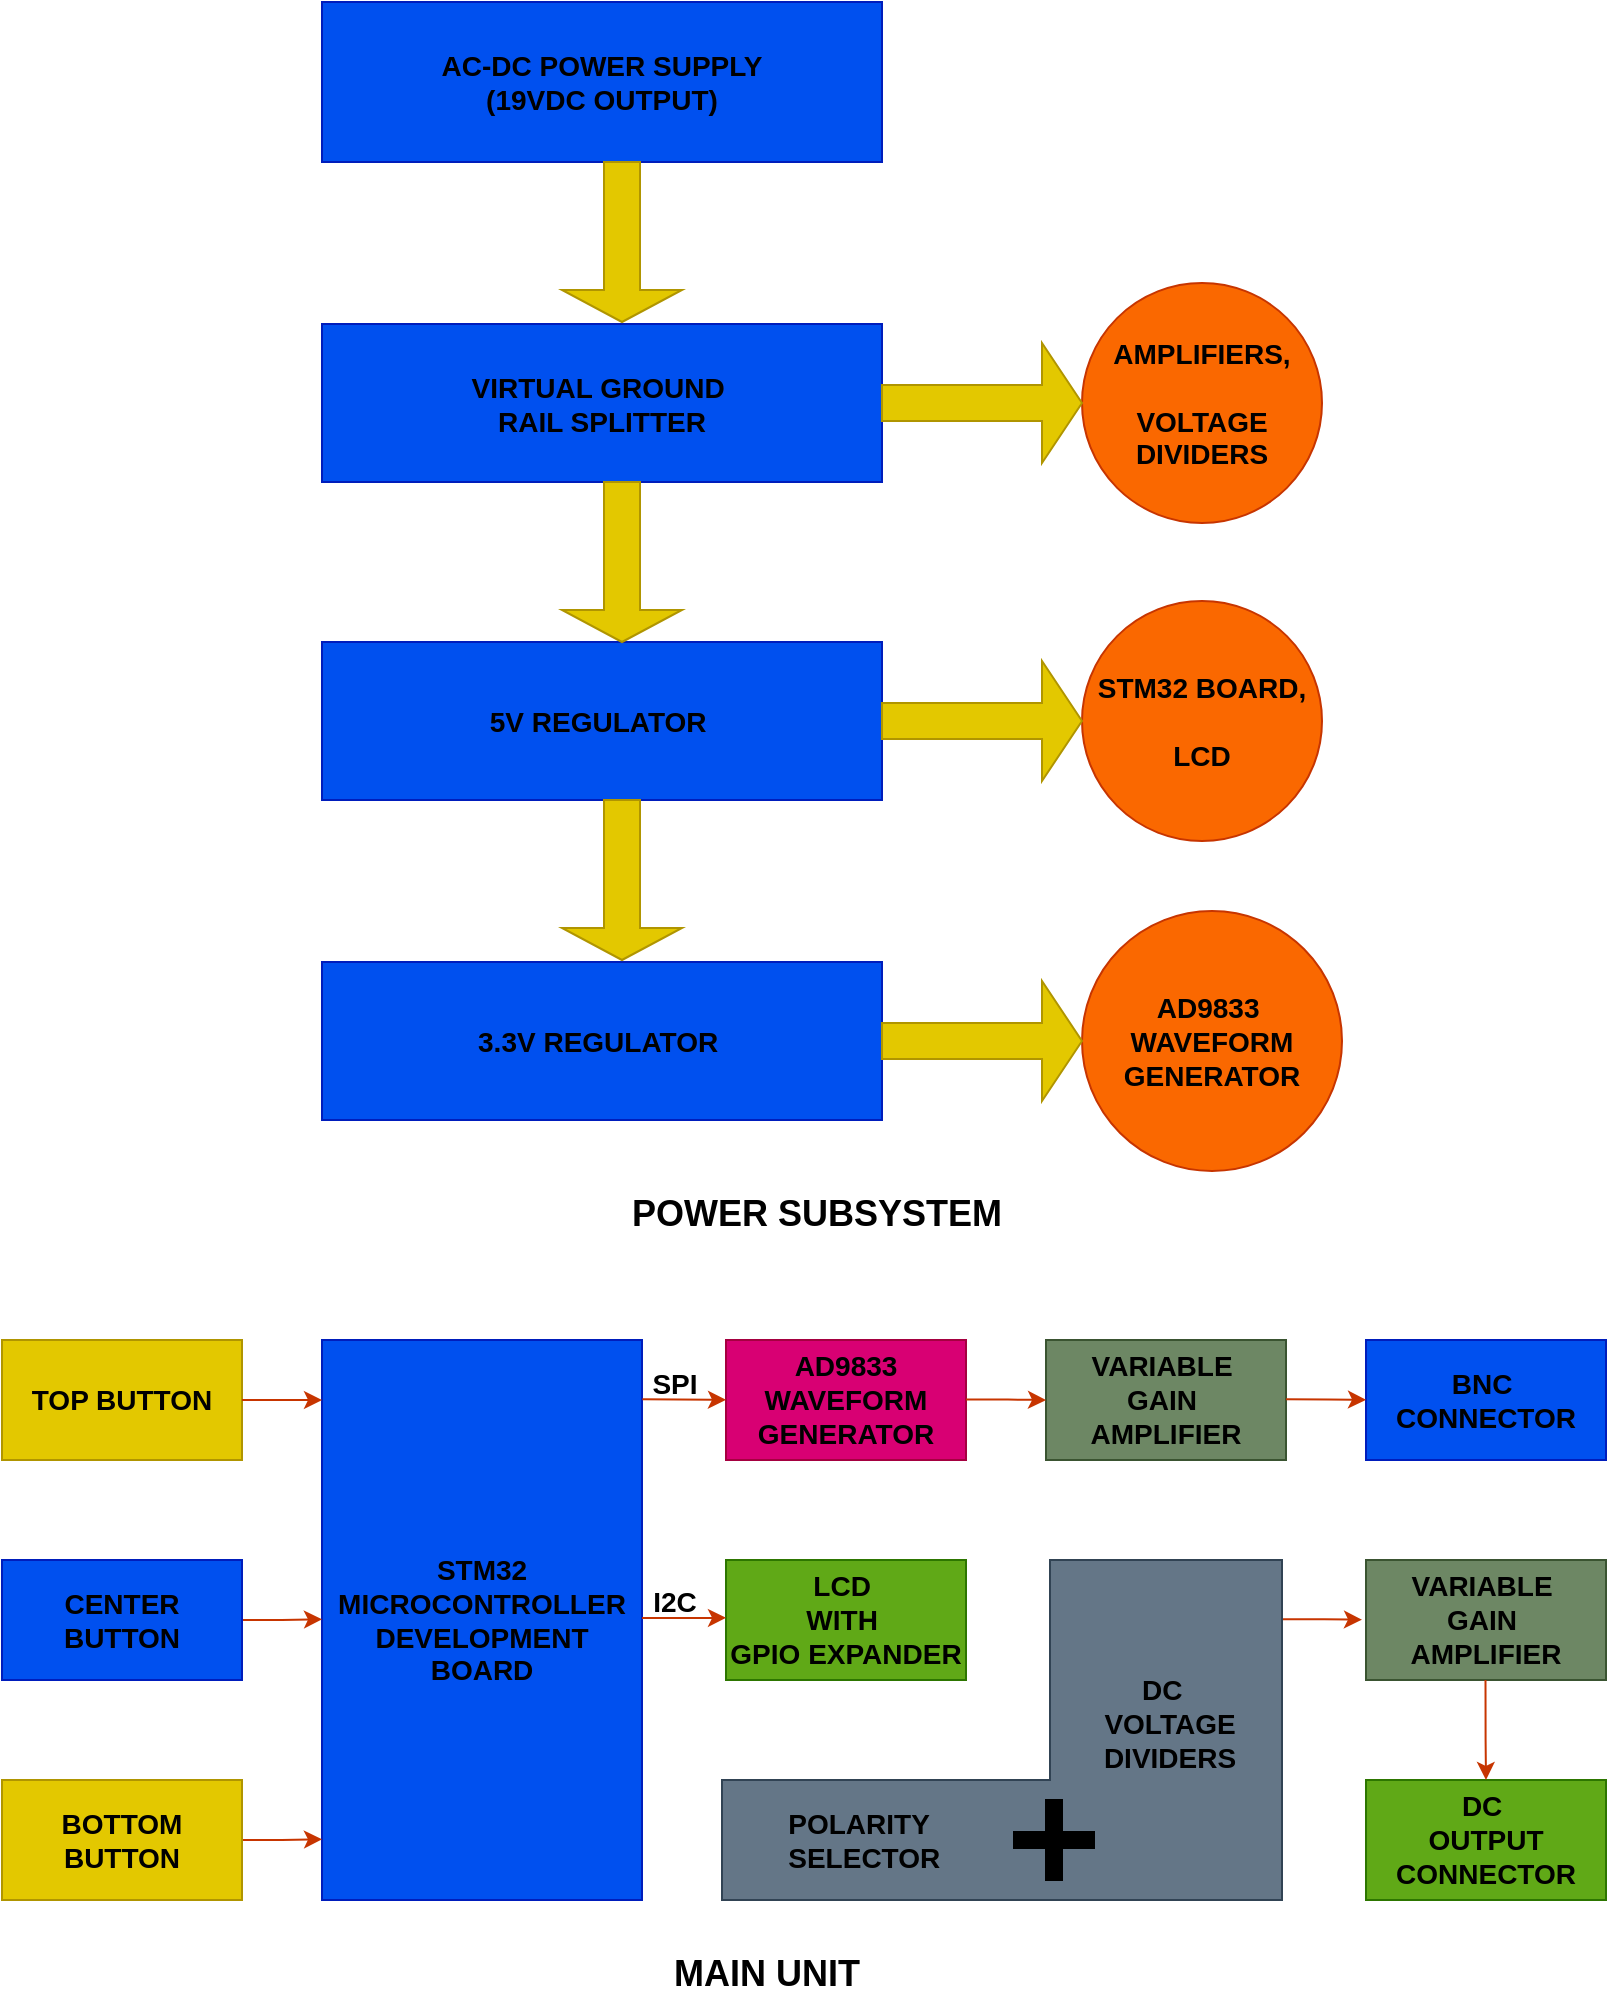
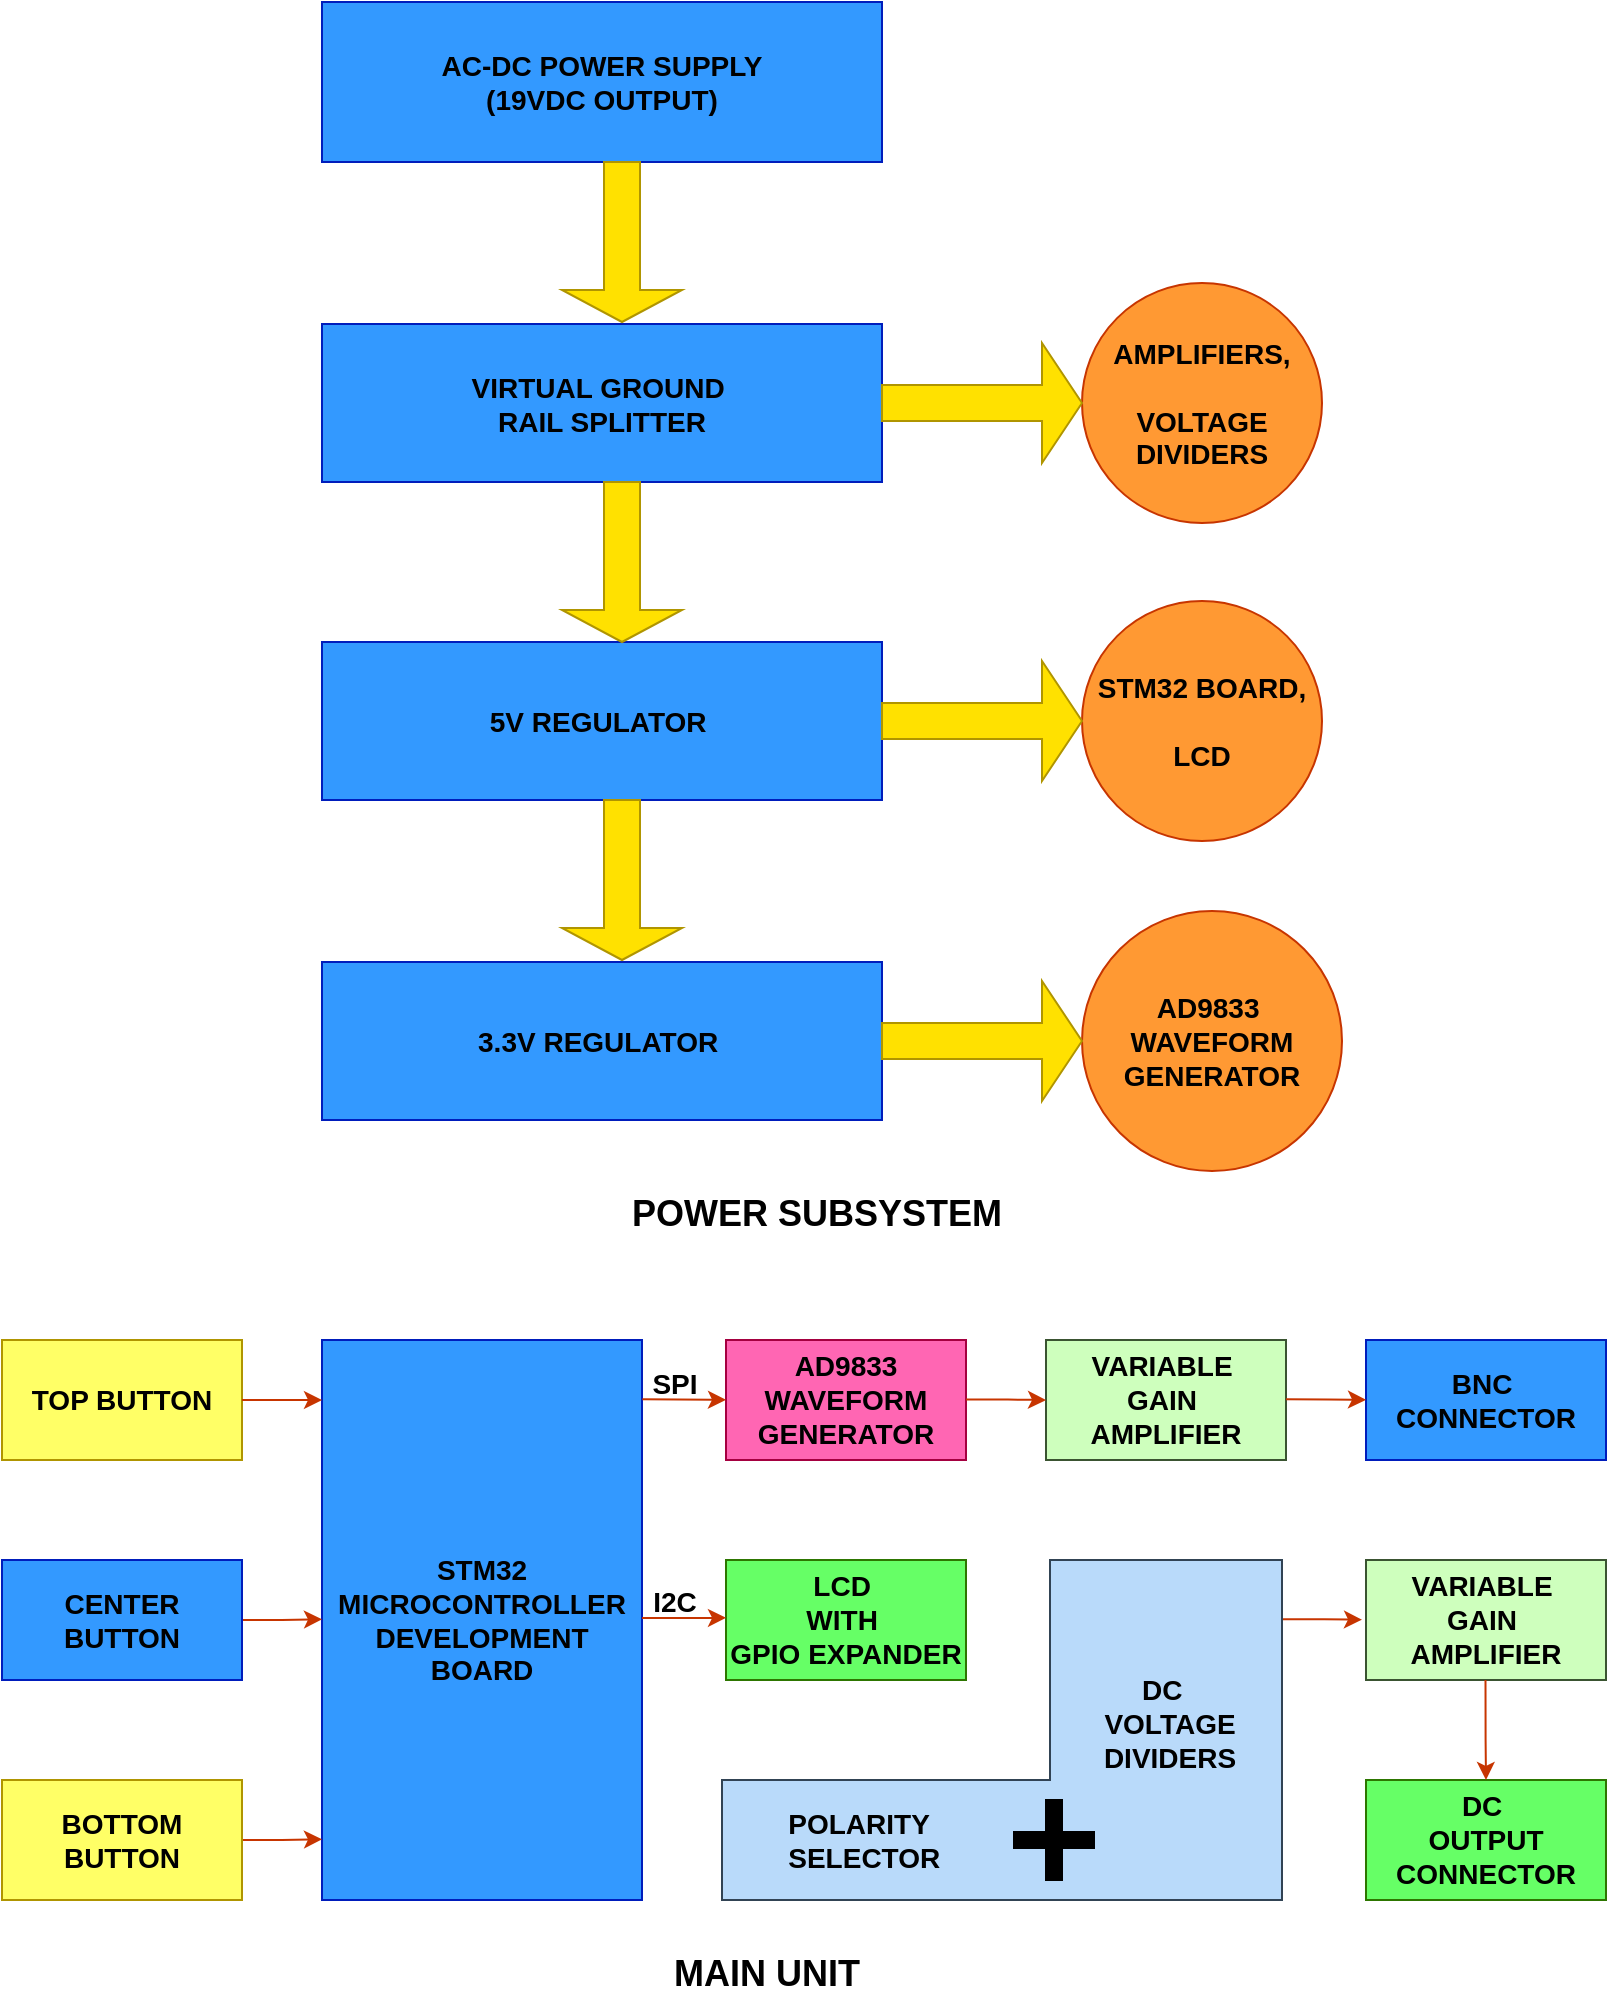
<mxfile host="Electron" agent="Mozilla/5.0 (Windows NT 10.0; Win64; x64) AppleWebKit/537.36 (KHTML, like Gecko) draw.io/25.0.2 Chrome/128.0.6613.186 Electron/32.2.5 Safari/537.36" version="25.0.2">
  <diagram name="Page-1" id="zI-fd34Jn13eSEmsXVbT">
-     <mxGraphModel dx="241" dy="148" grid="1" gridSize="10" guides="1" tooltips="1" connect="1" arrows="1" fold="1" page="1" pageScale="1" pageWidth="827" pageHeight="1169" math="0" shadow="0">
+     <mxGraphModel dx="1173" dy="720" grid="1" gridSize="10" guides="1" tooltips="1" connect="1" arrows="1" fold="1" page="1" pageScale="1" pageWidth="827" pageHeight="1169" math="0" shadow="0">
      <root>
        <mxCell id="0" />
        <mxCell id="1" parent="0" />
-         <mxCell id="C_1iWkrWVhk2KQEwKrif-1" value="&lt;font style=&quot;font-size: 14px;&quot; color=&quot;#000000&quot;&gt;&lt;b style=&quot;&quot;&gt;STM32 MICROCONTROLLER DEVELOPMENT BOARD&lt;/b&gt;&lt;/font&gt;" style="rounded=0;whiteSpace=wrap;html=1;fillColor=#0050ef;fontColor=#ffffff;strokeColor=#001DBC;" parent="1" vertex="1">
+         <mxCell id="C_1iWkrWVhk2KQEwKrif-1" value="&lt;font style=&quot;font-size: 14px;&quot; color=&quot;#000000&quot;&gt;&lt;b style=&quot;&quot;&gt;STM32 MICROCONTROLLER DEVELOPMENT BOARD&lt;/b&gt;&lt;/font&gt;" style="rounded=0;whiteSpace=wrap;html=1;fillColor=#3399FF;fontColor=#ffffff;strokeColor=#001DBC;" parent="1" vertex="1">
          <mxGeometry x="174" y="710" width="160" height="280" as="geometry" />
        </mxCell>
-         <mxCell id="73_bf7qP_FaloE6AHsFR-1" value="&lt;font color=&quot;#000000&quot; style=&quot;font-size: 14px;&quot;&gt;&lt;b&gt;TOP BUTTON&lt;/b&gt;&lt;/font&gt;" style="rounded=0;whiteSpace=wrap;html=1;fillColor=#e3c800;fontColor=#000000;strokeColor=#B09500;" parent="1" vertex="1">
+         <mxCell id="73_bf7qP_FaloE6AHsFR-1" value="&lt;font color=&quot;#000000&quot; style=&quot;font-size: 14px;&quot;&gt;&lt;b&gt;TOP BUTTON&lt;/b&gt;&lt;/font&gt;" style="rounded=0;whiteSpace=wrap;html=1;fillColor=#FFFF66;fontColor=#000000;strokeColor=#B09500;" parent="1" vertex="1">
          <mxGeometry x="14" y="710" width="120" height="60" as="geometry" />
        </mxCell>
-         <mxCell id="73_bf7qP_FaloE6AHsFR-4" value="&lt;font style=&quot;font-size: 14px;&quot; color=&quot;#000000&quot;&gt;&lt;b&gt;LCD&amp;nbsp;&lt;/b&gt;&lt;/font&gt;&lt;div&gt;&lt;font style=&quot;font-size: 14px;&quot; color=&quot;#000000&quot;&gt;&lt;b&gt;WITH&amp;nbsp;&lt;/b&gt;&lt;/font&gt;&lt;/div&gt;&lt;div&gt;&lt;font style=&quot;font-size: 14px;&quot; color=&quot;#000000&quot;&gt;&lt;b&gt;GPIO EXPANDER&lt;/b&gt;&lt;/font&gt;&lt;/div&gt;" style="rounded=0;whiteSpace=wrap;html=1;fillColor=#60a917;fontColor=#ffffff;strokeColor=#2D7600;" parent="1" vertex="1">
+         <mxCell id="73_bf7qP_FaloE6AHsFR-4" value="&lt;font style=&quot;font-size: 14px;&quot; color=&quot;#000000&quot;&gt;&lt;b&gt;LCD&amp;nbsp;&lt;/b&gt;&lt;/font&gt;&lt;div&gt;&lt;font style=&quot;font-size: 14px;&quot; color=&quot;#000000&quot;&gt;&lt;b&gt;WITH&amp;nbsp;&lt;/b&gt;&lt;/font&gt;&lt;/div&gt;&lt;div&gt;&lt;font style=&quot;font-size: 14px;&quot; color=&quot;#000000&quot;&gt;&lt;b&gt;GPIO EXPANDER&lt;/b&gt;&lt;/font&gt;&lt;/div&gt;" style="rounded=0;whiteSpace=wrap;html=1;fillColor=#66FF66;fontColor=#ffffff;strokeColor=#2D7600;" parent="1" vertex="1">
          <mxGeometry x="376" y="820" width="120" height="60" as="geometry" />
        </mxCell>
-         <mxCell id="73_bf7qP_FaloE6AHsFR-5" value="&lt;b&gt;&lt;font color=&quot;#000000&quot; style=&quot;font-size: 14px;&quot;&gt;AD9833 WAVEFORM GENERATOR&lt;/font&gt;&lt;/b&gt;" style="rounded=0;whiteSpace=wrap;html=1;fillColor=#d80073;fontColor=#ffffff;strokeColor=#A50040;" parent="1" vertex="1">
+         <mxCell id="73_bf7qP_FaloE6AHsFR-5" value="&lt;b&gt;&lt;font color=&quot;#000000&quot; style=&quot;font-size: 14px;&quot;&gt;AD9833 WAVEFORM GENERATOR&lt;/font&gt;&lt;/b&gt;" style="rounded=0;whiteSpace=wrap;html=1;fillColor=#FF66B3;fontColor=#ffffff;strokeColor=#A50040;" parent="1" vertex="1">
          <mxGeometry x="376" y="710" width="120" height="60" as="geometry" />
        </mxCell>
        <mxCell id="73_bf7qP_FaloE6AHsFR-7" style="edgeStyle=orthogonalEdgeStyle;rounded=0;orthogonalLoop=1;jettySize=auto;html=1;exitX=1;exitY=0.5;exitDx=0;exitDy=0;fillColor=#fa6800;strokeColor=#C73500;" parent="1" source="73_bf7qP_FaloE6AHsFR-1" edge="1">
          <mxGeometry relative="1" as="geometry">
            <mxPoint x="174" y="740" as="targetPoint" />
          </mxGeometry>
        </mxCell>
        <mxCell id="73_bf7qP_FaloE6AHsFR-8" style="edgeStyle=orthogonalEdgeStyle;rounded=0;orthogonalLoop=1;jettySize=auto;html=1;exitX=1;exitY=0.5;exitDx=0;exitDy=0;fillColor=#fa6800;strokeColor=#C73500;" parent="1" source="73_bf7qP_FaloE6AHsFR-2" edge="1">
          <mxGeometry relative="1" as="geometry">
            <mxPoint x="94" y="849.64" as="sourcePoint" />
            <mxPoint x="174" y="849.64" as="targetPoint" />
          </mxGeometry>
        </mxCell>
        <mxCell id="73_bf7qP_FaloE6AHsFR-9" style="edgeStyle=orthogonalEdgeStyle;rounded=0;orthogonalLoop=1;jettySize=auto;html=1;exitX=1;exitY=0.5;exitDx=0;exitDy=0;fillColor=#fa6800;strokeColor=#C73500;" parent="1" source="73_bf7qP_FaloE6AHsFR-3" edge="1">
          <mxGeometry relative="1" as="geometry">
            <mxPoint x="94" y="959.6399999999999" as="sourcePoint" />
            <mxPoint x="174" y="959.6399999999999" as="targetPoint" />
          </mxGeometry>
        </mxCell>
        <mxCell id="73_bf7qP_FaloE6AHsFR-10" style="edgeStyle=orthogonalEdgeStyle;rounded=0;orthogonalLoop=1;jettySize=auto;html=1;exitX=1.001;exitY=0.106;exitDx=0;exitDy=0;fillColor=#fa6800;strokeColor=#C73500;exitPerimeter=0;" parent="1" source="C_1iWkrWVhk2KQEwKrif-1" edge="1">
          <mxGeometry relative="1" as="geometry">
            <mxPoint x="336" y="739.5699999999999" as="sourcePoint" />
            <mxPoint x="376" y="739.9300000000001" as="targetPoint" />
            <Array as="points">
              <mxPoint x="352" y="740" />
            </Array>
          </mxGeometry>
        </mxCell>
-         <mxCell id="73_bf7qP_FaloE6AHsFR-15" value="&lt;font color=&quot;#000000&quot;&gt;&lt;span style=&quot;font-size: 14px;&quot;&gt;&lt;b&gt;VARIABLE&amp;nbsp;&lt;/b&gt;&lt;/span&gt;&lt;/font&gt;&lt;div&gt;&lt;font color=&quot;#000000&quot;&gt;&lt;span style=&quot;font-size: 14px;&quot;&gt;&lt;b&gt;GAIN&amp;nbsp;&lt;/b&gt;&lt;/span&gt;&lt;/font&gt;&lt;/div&gt;&lt;div&gt;&lt;font color=&quot;#000000&quot;&gt;&lt;span style=&quot;font-size: 14px;&quot;&gt;&lt;b&gt;AMPLIFIER&lt;/b&gt;&lt;/span&gt;&lt;/font&gt;&lt;/div&gt;" style="rounded=0;whiteSpace=wrap;html=1;fillColor=#6d8764;fontColor=#ffffff;strokeColor=#3A5431;" parent="1" vertex="1">
+         <mxCell id="73_bf7qP_FaloE6AHsFR-15" value="&lt;font color=&quot;#000000&quot;&gt;&lt;span style=&quot;font-size: 14px;&quot;&gt;&lt;b&gt;VARIABLE&amp;nbsp;&lt;/b&gt;&lt;/span&gt;&lt;/font&gt;&lt;div&gt;&lt;font color=&quot;#000000&quot;&gt;&lt;span style=&quot;font-size: 14px;&quot;&gt;&lt;b&gt;GAIN&amp;nbsp;&lt;/b&gt;&lt;/span&gt;&lt;/font&gt;&lt;/div&gt;&lt;div&gt;&lt;font color=&quot;#000000&quot;&gt;&lt;span style=&quot;font-size: 14px;&quot;&gt;&lt;b&gt;AMPLIFIER&lt;/b&gt;&lt;/span&gt;&lt;/font&gt;&lt;/div&gt;" style="rounded=0;whiteSpace=wrap;html=1;fillColor=#CEFFBD;fontColor=#ffffff;strokeColor=#3A5431;" parent="1" vertex="1">
          <mxGeometry x="536" y="710" width="120" height="60" as="geometry" />
        </mxCell>
        <mxCell id="73_bf7qP_FaloE6AHsFR-16" style="edgeStyle=orthogonalEdgeStyle;rounded=0;orthogonalLoop=1;jettySize=auto;html=1;exitX=1;exitY=0.5;exitDx=0;exitDy=0;fillColor=#fa6800;strokeColor=#C73500;" parent="1" edge="1">
          <mxGeometry relative="1" as="geometry">
            <mxPoint x="496" y="739.76" as="sourcePoint" />
            <mxPoint x="536" y="740" as="targetPoint" />
            <Array as="points">
              <mxPoint x="517" y="740" />
            </Array>
          </mxGeometry>
        </mxCell>
-         <mxCell id="73_bf7qP_FaloE6AHsFR-20" value="&lt;font style=&quot;font-size: 14px;&quot; color=&quot;#000000&quot;&gt;&lt;b style=&quot;&quot;&gt;BNC&amp;nbsp;&lt;/b&gt;&lt;/font&gt;&lt;div&gt;&lt;font style=&quot;font-size: 14px;&quot; color=&quot;#000000&quot;&gt;&lt;b style=&quot;&quot;&gt;CONNECTOR&lt;/b&gt;&lt;/font&gt;&lt;/div&gt;" style="rounded=0;whiteSpace=wrap;html=1;fillColor=#0050ef;fontColor=#ffffff;strokeColor=#001DBC;" parent="1" vertex="1">
+         <mxCell id="73_bf7qP_FaloE6AHsFR-20" value="&lt;font style=&quot;font-size: 14px;&quot; color=&quot;#000000&quot;&gt;&lt;b style=&quot;&quot;&gt;BNC&amp;nbsp;&lt;/b&gt;&lt;/font&gt;&lt;div&gt;&lt;font style=&quot;font-size: 14px;&quot; color=&quot;#000000&quot;&gt;&lt;b style=&quot;&quot;&gt;CONNECTOR&lt;/b&gt;&lt;/font&gt;&lt;/div&gt;" style="rounded=0;whiteSpace=wrap;html=1;fillColor=#3399FF;fontColor=#ffffff;strokeColor=#001DBC;" parent="1" vertex="1">
          <mxGeometry x="696" y="710" width="120" height="60" as="geometry" />
        </mxCell>
        <mxCell id="73_bf7qP_FaloE6AHsFR-21" value="" style="edgeStyle=orthogonalEdgeStyle;rounded=0;orthogonalLoop=1;jettySize=auto;html=1;exitX=1;exitY=0.5;exitDx=0;exitDy=0;" parent="1" target="73_bf7qP_FaloE6AHsFR-2" edge="1">
          <mxGeometry relative="1" as="geometry">
            <mxPoint x="94" y="839.64" as="sourcePoint" />
            <mxPoint x="174" y="839.64" as="targetPoint" />
          </mxGeometry>
        </mxCell>
-         <mxCell id="73_bf7qP_FaloE6AHsFR-2" value="&lt;font color=&quot;#000000&quot; style=&quot;font-size: 14px;&quot;&gt;&lt;b&gt;CENTER BUTTON&lt;/b&gt;&lt;/font&gt;" style="rounded=0;whiteSpace=wrap;html=1;fillColor=#0050ef;fontColor=#ffffff;strokeColor=#001DBC;" parent="1" vertex="1">
+         <mxCell id="73_bf7qP_FaloE6AHsFR-2" value="&lt;font color=&quot;#000000&quot; style=&quot;font-size: 14px;&quot;&gt;&lt;b&gt;CENTER BUTTON&lt;/b&gt;&lt;/font&gt;" style="rounded=0;whiteSpace=wrap;html=1;fillColor=#3399FF;fontColor=#ffffff;strokeColor=#001DBC;" parent="1" vertex="1">
          <mxGeometry x="14" y="820" width="120" height="60" as="geometry" />
        </mxCell>
-         <mxCell id="73_bf7qP_FaloE6AHsFR-3" value="&lt;font color=&quot;#000000&quot; style=&quot;font-size: 14px;&quot;&gt;&lt;b&gt;BOTTOM BUTTON&lt;/b&gt;&lt;/font&gt;" style="rounded=0;whiteSpace=wrap;html=1;fillColor=#e3c800;fontColor=#000000;strokeColor=#B09500;" parent="1" vertex="1">
+         <mxCell id="73_bf7qP_FaloE6AHsFR-3" value="&lt;font color=&quot;#000000&quot; style=&quot;font-size: 14px;&quot;&gt;&lt;b&gt;BOTTOM BUTTON&lt;/b&gt;&lt;/font&gt;" style="rounded=0;whiteSpace=wrap;html=1;fillColor=#FFFF66;fontColor=#000000;strokeColor=#B09500;" parent="1" vertex="1">
          <mxGeometry x="14" y="930" width="120" height="60" as="geometry" />
        </mxCell>
        <mxCell id="73_bf7qP_FaloE6AHsFR-28" style="edgeStyle=orthogonalEdgeStyle;rounded=0;orthogonalLoop=1;jettySize=auto;html=1;exitX=1;exitY=0.5;exitDx=0;exitDy=0;fillColor=#fa6800;strokeColor=#C73500;" parent="1" edge="1">
          <mxGeometry relative="1" as="geometry">
            <mxPoint x="656" y="739.65" as="sourcePoint" />
            <mxPoint x="696" y="739.89" as="targetPoint" />
            <Array as="points">
              <mxPoint x="677" y="740" />
            </Array>
          </mxGeometry>
        </mxCell>
-         <mxCell id="73_bf7qP_FaloE6AHsFR-30" value="&lt;font color=&quot;#000000&quot;&gt;&lt;span style=&quot;font-size: 14px;&quot;&gt;&lt;b&gt;VARIABLE&amp;nbsp;&lt;/b&gt;&lt;/span&gt;&lt;/font&gt;&lt;div&gt;&lt;font color=&quot;#000000&quot;&gt;&lt;span style=&quot;font-size: 14px;&quot;&gt;&lt;b&gt;GAIN&amp;nbsp;&lt;/b&gt;&lt;/span&gt;&lt;/font&gt;&lt;/div&gt;&lt;div&gt;&lt;font color=&quot;#000000&quot;&gt;&lt;span style=&quot;font-size: 14px;&quot;&gt;&lt;b&gt;AMPLIFIER&lt;/b&gt;&lt;/span&gt;&lt;/font&gt;&lt;/div&gt;" style="rounded=0;whiteSpace=wrap;html=1;fillColor=#6d8764;fontColor=#ffffff;strokeColor=#3A5431;" parent="1" vertex="1">
+         <mxCell id="73_bf7qP_FaloE6AHsFR-30" value="&lt;font color=&quot;#000000&quot;&gt;&lt;span style=&quot;font-size: 14px;&quot;&gt;&lt;b&gt;VARIABLE&amp;nbsp;&lt;/b&gt;&lt;/span&gt;&lt;/font&gt;&lt;div&gt;&lt;font color=&quot;#000000&quot;&gt;&lt;span style=&quot;font-size: 14px;&quot;&gt;&lt;b&gt;GAIN&amp;nbsp;&lt;/b&gt;&lt;/span&gt;&lt;/font&gt;&lt;/div&gt;&lt;div&gt;&lt;font color=&quot;#000000&quot;&gt;&lt;span style=&quot;font-size: 14px;&quot;&gt;&lt;b&gt;AMPLIFIER&lt;/b&gt;&lt;/span&gt;&lt;/font&gt;&lt;/div&gt;" style="rounded=0;whiteSpace=wrap;html=1;fillColor=#CEFFBD;fontColor=#ffffff;strokeColor=#3A5431;" parent="1" vertex="1">
          <mxGeometry x="696" y="820" width="120" height="60" as="geometry" />
        </mxCell>
        <mxCell id="73_bf7qP_FaloE6AHsFR-32" style="edgeStyle=orthogonalEdgeStyle;rounded=0;orthogonalLoop=1;jettySize=auto;html=1;exitX=1;exitY=0.5;exitDx=0;exitDy=0;fillColor=#fa6800;strokeColor=#C73500;" parent="1" edge="1">
          <mxGeometry relative="1" as="geometry">
            <mxPoint x="654" y="849.62" as="sourcePoint" />
            <mxPoint x="694" y="849.86" as="targetPoint" />
            <Array as="points">
              <mxPoint x="675" y="850" />
            </Array>
          </mxGeometry>
        </mxCell>
-         <mxCell id="73_bf7qP_FaloE6AHsFR-35" value="" style="shape=corner;whiteSpace=wrap;html=1;rotation=-180;dx=116;dy=60;fillColor=#647687;fontColor=#ffffff;strokeColor=#314354;" parent="1" vertex="1">
+         <mxCell id="73_bf7qP_FaloE6AHsFR-35" value="" style="shape=corner;whiteSpace=wrap;html=1;rotation=-180;dx=116;dy=60;fillColor=#B9DAFA;fontColor=#ffffff;strokeColor=#314354;" parent="1" vertex="1">
          <mxGeometry x="374" y="820" width="280" height="170" as="geometry" />
        </mxCell>
        <mxCell id="73_bf7qP_FaloE6AHsFR-37" value="&lt;div style=&quot;text-align: center;&quot;&gt;&lt;b style=&quot;background-color: initial; color: rgb(0, 0, 0); font-size: 14px;&quot;&gt;&lt;br&gt;&lt;/b&gt;&lt;/div&gt;&lt;div style=&quot;text-align: center;&quot;&gt;&lt;b style=&quot;background-color: initial; color: rgb(0, 0, 0); font-size: 14px;&quot;&gt;&lt;br&gt;&lt;/b&gt;&lt;/div&gt;&lt;div style=&quot;text-align: center;&quot;&gt;&lt;b style=&quot;background-color: initial; color: rgb(0, 0, 0); font-size: 14px;&quot;&gt;&lt;br&gt;&lt;/b&gt;&lt;/div&gt;&lt;div style=&quot;text-align: center;&quot;&gt;&lt;b style=&quot;background-color: initial; color: rgb(0, 0, 0); font-size: 14px;&quot;&gt;DC&amp;nbsp;&amp;nbsp;&lt;/b&gt;&lt;br&gt;&lt;/div&gt;&lt;div style=&quot;text-align: center;&quot;&gt;&lt;b style=&quot;color: rgb(0, 0, 0); background-color: initial; font-size: 14px;&quot;&gt;VOLTAGE DIVIDERS&lt;/b&gt;&lt;/div&gt;" style="text;whiteSpace=wrap;html=1;" parent="1" vertex="1">
          <mxGeometry x="540" y="820" width="114" height="170" as="geometry" />
        </mxCell>
        <mxCell id="73_bf7qP_FaloE6AHsFR-38" value="&lt;div&gt;&lt;font style=&quot;font-size: 14px;&quot; color=&quot;#000000&quot;&gt;&lt;b&gt;&lt;br&gt;&lt;/b&gt;&lt;/font&gt;&lt;/div&gt;&lt;font style=&quot;font-size: 14px;&quot; color=&quot;#000000&quot;&gt;&lt;b&gt;&lt;span style=&quot;white-space: pre;&quot;&gt;&#x9;&lt;/span&gt;POLARITY&amp;nbsp;&lt;/b&gt;&lt;/font&gt;&lt;div&gt;&lt;font style=&quot;font-size: 14px;&quot; color=&quot;#000000&quot;&gt;&lt;b&gt;&lt;span style=&quot;white-space: pre;&quot;&gt;&#x9;&lt;/span&gt;SELECTOR&lt;/b&gt;&lt;/font&gt;&lt;/div&gt;" style="text;whiteSpace=wrap;html=1;" parent="1" vertex="1">
          <mxGeometry x="374" y="920" width="146" height="80" as="geometry" />
        </mxCell>
        <mxCell id="73_bf7qP_FaloE6AHsFR-39" value="" style="shape=cross;whiteSpace=wrap;html=1;fillColor=#000000;fontColor=#ffffff;strokeColor=#000000;" parent="1" vertex="1">
          <mxGeometry x="520" y="940" width="40" height="40" as="geometry" />
        </mxCell>
-         <mxCell id="73_bf7qP_FaloE6AHsFR-40" value="&lt;font color=&quot;#000000&quot;&gt;&lt;span style=&quot;font-size: 14px;&quot;&gt;&lt;b&gt;DC&amp;nbsp;&lt;/b&gt;&lt;/span&gt;&lt;/font&gt;&lt;div&gt;&lt;font color=&quot;#000000&quot;&gt;&lt;span style=&quot;font-size: 14px;&quot;&gt;&lt;b&gt;OUTPUT&lt;/b&gt;&lt;/span&gt;&lt;/font&gt;&lt;/div&gt;&lt;div&gt;&lt;font color=&quot;#000000&quot;&gt;&lt;span style=&quot;font-size: 14px;&quot;&gt;&lt;b&gt;CONNECTOR&lt;/b&gt;&lt;/span&gt;&lt;/font&gt;&lt;/div&gt;" style="rounded=0;whiteSpace=wrap;html=1;fillColor=#60a917;fontColor=#ffffff;strokeColor=#2D7600;" parent="1" vertex="1">
+         <mxCell id="73_bf7qP_FaloE6AHsFR-40" value="&lt;font color=&quot;#000000&quot;&gt;&lt;span style=&quot;font-size: 14px;&quot;&gt;&lt;b&gt;DC&amp;nbsp;&lt;/b&gt;&lt;/span&gt;&lt;/font&gt;&lt;div&gt;&lt;font color=&quot;#000000&quot;&gt;&lt;span style=&quot;font-size: 14px;&quot;&gt;&lt;b&gt;OUTPUT&lt;/b&gt;&lt;/span&gt;&lt;/font&gt;&lt;/div&gt;&lt;div&gt;&lt;font color=&quot;#000000&quot;&gt;&lt;span style=&quot;font-size: 14px;&quot;&gt;&lt;b&gt;CONNECTOR&lt;/b&gt;&lt;/span&gt;&lt;/font&gt;&lt;/div&gt;" style="rounded=0;whiteSpace=wrap;html=1;fillColor=#66FF66;fontColor=#ffffff;strokeColor=#2D7600;" parent="1" vertex="1">
          <mxGeometry x="696" y="930" width="120" height="60" as="geometry" />
        </mxCell>
        <mxCell id="73_bf7qP_FaloE6AHsFR-41" style="edgeStyle=orthogonalEdgeStyle;rounded=0;orthogonalLoop=1;jettySize=auto;html=1;entryX=0.5;entryY=0;entryDx=0;entryDy=0;fillColor=#fa6800;strokeColor=#C73500;" parent="1" edge="1">
          <mxGeometry relative="1" as="geometry">
            <mxPoint x="755.75" y="880" as="sourcePoint" />
            <mxPoint x="756" y="930" as="targetPoint" />
            <Array as="points">
              <mxPoint x="756" y="910" />
              <mxPoint x="756" y="910" />
            </Array>
          </mxGeometry>
        </mxCell>
-         <mxCell id="73_bf7qP_FaloE6AHsFR-47" value="&lt;font color=&quot;#000000&quot; style=&quot;font-size: 14px;&quot;&gt;&lt;b&gt;AC-DC POWER SUPPLY&lt;/b&gt;&lt;/font&gt;&lt;div&gt;&lt;font color=&quot;#000000&quot; style=&quot;font-size: 14px;&quot;&gt;&lt;b&gt;(19VDC OUTPUT)&lt;/b&gt;&lt;/font&gt;&lt;/div&gt;" style="rounded=0;whiteSpace=wrap;html=1;fillColor=#0050ef;fontColor=#ffffff;strokeColor=#001DBC;" parent="1" vertex="1">
+         <mxCell id="73_bf7qP_FaloE6AHsFR-47" value="&lt;font color=&quot;#000000&quot; style=&quot;font-size: 14px;&quot;&gt;&lt;b&gt;AC-DC POWER SUPPLY&lt;/b&gt;&lt;/font&gt;&lt;div&gt;&lt;font color=&quot;#000000&quot; style=&quot;font-size: 14px;&quot;&gt;&lt;b&gt;(19VDC OUTPUT)&lt;/b&gt;&lt;/font&gt;&lt;/div&gt;" style="rounded=0;whiteSpace=wrap;html=1;fillColor=#3399FF;fontColor=#ffffff;strokeColor=#001DBC;" parent="1" vertex="1">
          <mxGeometry x="174" y="41" width="280" height="80" as="geometry" />
        </mxCell>
-         <mxCell id="73_bf7qP_FaloE6AHsFR-48" value="&lt;b&gt;&lt;font color=&quot;#000000&quot; style=&quot;font-size: 14px;&quot;&gt;VIRTUAL GROUND&amp;nbsp;&lt;/font&gt;&lt;/b&gt;&lt;div&gt;&lt;b&gt;&lt;font color=&quot;#000000&quot; style=&quot;font-size: 14px;&quot;&gt;RAIL SPLITTER&lt;/font&gt;&lt;/b&gt;&lt;/div&gt;" style="rounded=0;whiteSpace=wrap;html=1;fillColor=#0050ef;fontColor=#ffffff;strokeColor=#001DBC;" parent="1" vertex="1">
+         <mxCell id="73_bf7qP_FaloE6AHsFR-48" value="&lt;b&gt;&lt;font color=&quot;#000000&quot; style=&quot;font-size: 14px;&quot;&gt;VIRTUAL GROUND&amp;nbsp;&lt;/font&gt;&lt;/b&gt;&lt;div&gt;&lt;b&gt;&lt;font color=&quot;#000000&quot; style=&quot;font-size: 14px;&quot;&gt;RAIL SPLITTER&lt;/font&gt;&lt;/b&gt;&lt;/div&gt;" style="rounded=0;whiteSpace=wrap;html=1;fillColor=#3399FF;fontColor=#ffffff;strokeColor=#001DBC;" parent="1" vertex="1">
          <mxGeometry x="174" y="202" width="280" height="79" as="geometry" />
        </mxCell>
-         <mxCell id="73_bf7qP_FaloE6AHsFR-51" value="&lt;span style=&quot;font-size: 14px;&quot;&gt;&lt;b&gt;&lt;font color=&quot;#000000&quot;&gt;5V REGULATOR&amp;nbsp;&lt;/font&gt;&lt;/b&gt;&lt;/span&gt;" style="rounded=0;whiteSpace=wrap;html=1;fillColor=#0050ef;fontColor=#ffffff;strokeColor=#001DBC;" parent="1" vertex="1">
+         <mxCell id="73_bf7qP_FaloE6AHsFR-51" value="&lt;span style=&quot;font-size: 14px;&quot;&gt;&lt;b&gt;&lt;font color=&quot;#000000&quot;&gt;5V REGULATOR&amp;nbsp;&lt;/font&gt;&lt;/b&gt;&lt;/span&gt;" style="rounded=0;whiteSpace=wrap;html=1;fillColor=#3399FF;fontColor=#ffffff;strokeColor=#001DBC;" parent="1" vertex="1">
          <mxGeometry x="174" y="361" width="280" height="79" as="geometry" />
        </mxCell>
-         <mxCell id="73_bf7qP_FaloE6AHsFR-52" value="&lt;span style=&quot;font-size: 14px;&quot;&gt;&lt;b&gt;&lt;font color=&quot;#000000&quot;&gt;3.3V REGULATOR&amp;nbsp;&lt;/font&gt;&lt;/b&gt;&lt;/span&gt;" style="rounded=0;whiteSpace=wrap;html=1;fillColor=#0050ef;fontColor=#ffffff;strokeColor=#001DBC;" parent="1" vertex="1">
+         <mxCell id="73_bf7qP_FaloE6AHsFR-52" value="&lt;span style=&quot;font-size: 14px;&quot;&gt;&lt;b&gt;&lt;font color=&quot;#000000&quot;&gt;3.3V REGULATOR&amp;nbsp;&lt;/font&gt;&lt;/b&gt;&lt;/span&gt;" style="rounded=0;whiteSpace=wrap;html=1;fillColor=#3399FF;fontColor=#ffffff;strokeColor=#001DBC;" parent="1" vertex="1">
          <mxGeometry x="174" y="521" width="280" height="79" as="geometry" />
        </mxCell>
-         <mxCell id="73_bf7qP_FaloE6AHsFR-72" value="&lt;div&gt;&lt;font color=&quot;#000000&quot; style=&quot;font-size: 14px;&quot;&gt;&lt;b&gt;AMPLIFIERS,&lt;/b&gt;&lt;/font&gt;&lt;/div&gt;&lt;div&gt;&lt;font color=&quot;#000000&quot; style=&quot;font-size: 14px;&quot;&gt;&lt;b&gt;&lt;br&gt;&lt;/b&gt;&lt;/font&gt;&lt;/div&gt;&lt;div&gt;&lt;font color=&quot;#000000&quot; style=&quot;font-size: 14px;&quot;&gt;&lt;b&gt;VOLTAGE DIVIDERS&lt;/b&gt;&lt;/font&gt;&lt;/div&gt;" style="ellipse;whiteSpace=wrap;html=1;aspect=fixed;fillColor=#fa6800;fontColor=#000000;strokeColor=#C73500;" parent="1" vertex="1">
+         <mxCell id="73_bf7qP_FaloE6AHsFR-72" value="&lt;div&gt;&lt;font color=&quot;#000000&quot; style=&quot;font-size: 14px;&quot;&gt;&lt;b&gt;AMPLIFIERS,&lt;/b&gt;&lt;/font&gt;&lt;/div&gt;&lt;div&gt;&lt;font color=&quot;#000000&quot; style=&quot;font-size: 14px;&quot;&gt;&lt;b&gt;&lt;br&gt;&lt;/b&gt;&lt;/font&gt;&lt;/div&gt;&lt;div&gt;&lt;font color=&quot;#000000&quot; style=&quot;font-size: 14px;&quot;&gt;&lt;b&gt;VOLTAGE DIVIDERS&lt;/b&gt;&lt;/font&gt;&lt;/div&gt;" style="ellipse;whiteSpace=wrap;html=1;aspect=fixed;fillColor=#FF9933;fontColor=#000000;strokeColor=#C73500;" parent="1" vertex="1">
          <mxGeometry x="554" y="181.5" width="120" height="120" as="geometry" />
        </mxCell>
-         <mxCell id="73_bf7qP_FaloE6AHsFR-73" value="&lt;font color=&quot;#000000&quot; style=&quot;font-size: 14px;&quot;&gt;&lt;b&gt;STM32 BOARD,&lt;/b&gt;&lt;/font&gt;&lt;div&gt;&lt;span style=&quot;font-size: 14px;&quot;&gt;&lt;b&gt;&lt;br&gt;&lt;/b&gt;&lt;/span&gt;&lt;div&gt;&lt;font color=&quot;#000000&quot; style=&quot;font-size: 14px;&quot;&gt;&lt;b&gt;LCD&lt;/b&gt;&lt;/font&gt;&lt;/div&gt;&lt;/div&gt;" style="ellipse;whiteSpace=wrap;html=1;aspect=fixed;fillColor=#fa6800;fontColor=#000000;strokeColor=#C73500;" parent="1" vertex="1">
+         <mxCell id="73_bf7qP_FaloE6AHsFR-73" value="&lt;font color=&quot;#000000&quot; style=&quot;font-size: 14px;&quot;&gt;&lt;b&gt;STM32 BOARD,&lt;/b&gt;&lt;/font&gt;&lt;div&gt;&lt;span style=&quot;font-size: 14px;&quot;&gt;&lt;b&gt;&lt;br&gt;&lt;/b&gt;&lt;/span&gt;&lt;div&gt;&lt;font color=&quot;#000000&quot; style=&quot;font-size: 14px;&quot;&gt;&lt;b&gt;LCD&lt;/b&gt;&lt;/font&gt;&lt;/div&gt;&lt;/div&gt;" style="ellipse;whiteSpace=wrap;html=1;aspect=fixed;fillColor=#FF9933;fontColor=#000000;strokeColor=#C73500;" parent="1" vertex="1">
          <mxGeometry x="554" y="340.5" width="120" height="120" as="geometry" />
        </mxCell>
-         <mxCell id="73_bf7qP_FaloE6AHsFR-74" value="&lt;font color=&quot;#000000&quot; style=&quot;font-size: 14px;&quot;&gt;&lt;b&gt;AD9833&amp;nbsp;&lt;/b&gt;&lt;/font&gt;&lt;div&gt;&lt;font color=&quot;#000000&quot; style=&quot;font-size: 14px;&quot;&gt;&lt;b&gt;WAVEFORM GENERATOR&lt;/b&gt;&lt;/font&gt;&lt;/div&gt;" style="ellipse;whiteSpace=wrap;html=1;aspect=fixed;fillColor=#fa6800;fontColor=#000000;strokeColor=#C73500;" parent="1" vertex="1">
+         <mxCell id="73_bf7qP_FaloE6AHsFR-74" value="&lt;font color=&quot;#000000&quot; style=&quot;font-size: 14px;&quot;&gt;&lt;b&gt;AD9833&amp;nbsp;&lt;/b&gt;&lt;/font&gt;&lt;div&gt;&lt;font color=&quot;#000000&quot; style=&quot;font-size: 14px;&quot;&gt;&lt;b&gt;WAVEFORM GENERATOR&lt;/b&gt;&lt;/font&gt;&lt;/div&gt;" style="ellipse;whiteSpace=wrap;html=1;aspect=fixed;fillColor=#FF9933;fontColor=#000000;strokeColor=#C73500;" parent="1" vertex="1">
          <mxGeometry x="554" y="495.5" width="130" height="130" as="geometry" />
        </mxCell>
-         <mxCell id="73_bf7qP_FaloE6AHsFR-76" value="" style="shape=singleArrow;whiteSpace=wrap;html=1;fillColor=#e3c800;fontColor=#000000;strokeColor=#B09500;" parent="1" vertex="1">
+         <mxCell id="73_bf7qP_FaloE6AHsFR-76" value="" style="shape=singleArrow;whiteSpace=wrap;html=1;fillColor=#FFE100;fontColor=#000000;strokeColor=#B09500;" parent="1" vertex="1">
          <mxGeometry x="454" y="211.5" width="100" height="60" as="geometry" />
        </mxCell>
-         <mxCell id="73_bf7qP_FaloE6AHsFR-77" value="" style="shape=singleArrow;whiteSpace=wrap;html=1;fillColor=#e3c800;fontColor=#000000;strokeColor=#B09500;" parent="1" vertex="1">
+         <mxCell id="73_bf7qP_FaloE6AHsFR-77" value="" style="shape=singleArrow;whiteSpace=wrap;html=1;fillColor=#FFE100;fontColor=#000000;strokeColor=#B09500;" parent="1" vertex="1">
          <mxGeometry x="454" y="370.5" width="100" height="60" as="geometry" />
        </mxCell>
-         <mxCell id="73_bf7qP_FaloE6AHsFR-78" value="" style="shape=singleArrow;whiteSpace=wrap;html=1;fillColor=#e3c800;fontColor=#000000;strokeColor=#B09500;" parent="1" vertex="1">
+         <mxCell id="73_bf7qP_FaloE6AHsFR-78" value="" style="shape=singleArrow;whiteSpace=wrap;html=1;fillColor=#FFE100;fontColor=#000000;strokeColor=#B09500;" parent="1" vertex="1">
          <mxGeometry x="454" y="530.5" width="100" height="60" as="geometry" />
        </mxCell>
-         <mxCell id="73_bf7qP_FaloE6AHsFR-79" value="" style="shape=singleArrow;whiteSpace=wrap;html=1;rotation=90;fillColor=#e3c800;fontColor=#000000;strokeColor=#B09500;" parent="1" vertex="1">
+         <mxCell id="73_bf7qP_FaloE6AHsFR-79" value="" style="shape=singleArrow;whiteSpace=wrap;html=1;rotation=90;fillColor=#FFE100;fontColor=#000000;strokeColor=#B09500;" parent="1" vertex="1">
          <mxGeometry x="284" y="291" width="80" height="60" as="geometry" />
        </mxCell>
-         <mxCell id="73_bf7qP_FaloE6AHsFR-80" value="" style="shape=singleArrow;whiteSpace=wrap;html=1;rotation=90;fillColor=#e3c800;fontColor=#000000;strokeColor=#B09500;" parent="1" vertex="1">
+         <mxCell id="73_bf7qP_FaloE6AHsFR-80" value="" style="shape=singleArrow;whiteSpace=wrap;html=1;rotation=90;fillColor=#FFE100;fontColor=#000000;strokeColor=#B09500;" parent="1" vertex="1">
          <mxGeometry x="284" y="131" width="80" height="60" as="geometry" />
        </mxCell>
-         <mxCell id="73_bf7qP_FaloE6AHsFR-81" value="" style="shape=singleArrow;whiteSpace=wrap;html=1;rotation=90;fillColor=#e3c800;fontColor=#000000;strokeColor=#B09500;" parent="1" vertex="1">
+         <mxCell id="73_bf7qP_FaloE6AHsFR-81" value="" style="shape=singleArrow;whiteSpace=wrap;html=1;rotation=90;fillColor=#FFE100;fontColor=#000000;strokeColor=#B09500;" parent="1" vertex="1">
          <mxGeometry x="284" y="450" width="80" height="60" as="geometry" />
        </mxCell>
        <mxCell id="73_bf7qP_FaloE6AHsFR-82" value="&lt;b&gt;&lt;font color=&quot;#000000&quot; style=&quot;font-size: 18px;&quot;&gt;MAIN UNIT&lt;/font&gt;&lt;/b&gt;" style="text;html=1;align=center;verticalAlign=middle;resizable=0;points=[];autosize=1;strokeColor=none;fillColor=none;" parent="1" vertex="1">
          <mxGeometry x="336" y="1007" width="120" height="40" as="geometry" />
        </mxCell>
        <mxCell id="73_bf7qP_FaloE6AHsFR-83" value="&lt;font color=&quot;#000000&quot; style=&quot;font-size: 18px;&quot;&gt;&lt;b&gt;POWER SUBSYSTEM&lt;/b&gt;&lt;/font&gt;" style="text;html=1;align=center;verticalAlign=middle;resizable=0;points=[];autosize=1;strokeColor=none;fillColor=none;" parent="1" vertex="1">
          <mxGeometry x="316" y="627" width="210" height="40" as="geometry" />
        </mxCell>
        <mxCell id="73_bf7qP_FaloE6AHsFR-84" value="&lt;b&gt;&lt;font color=&quot;#000000&quot; style=&quot;font-size: 14px;&quot;&gt;SPI&lt;/font&gt;&lt;/b&gt;" style="text;html=1;align=center;verticalAlign=middle;resizable=0;points=[];autosize=1;strokeColor=none;fillColor=none;" parent="1" vertex="1">
          <mxGeometry x="325" y="717" width="50" height="30" as="geometry" />
        </mxCell>
        <mxCell id="73_bf7qP_FaloE6AHsFR-85" value="&lt;b&gt;&lt;font color=&quot;#000000&quot; style=&quot;font-size: 14px;&quot;&gt;I2C&lt;/font&gt;&lt;/b&gt;" style="text;html=1;align=center;verticalAlign=middle;resizable=0;points=[];autosize=1;strokeColor=none;fillColor=none;" parent="1" vertex="1">
          <mxGeometry x="325" y="826" width="50" height="30" as="geometry" />
        </mxCell>
        <mxCell id="73_bf7qP_FaloE6AHsFR-87" style="edgeStyle=orthogonalEdgeStyle;rounded=0;orthogonalLoop=1;jettySize=auto;html=1;exitX=1.001;exitY=0.106;exitDx=0;exitDy=0;fillColor=#fa6800;strokeColor=#C73500;exitPerimeter=0;" parent="1" edge="1">
          <mxGeometry relative="1" as="geometry">
            <mxPoint x="334" y="849" as="sourcePoint" />
            <mxPoint x="376" y="848.9300000000001" as="targetPoint" />
            <Array as="points">
              <mxPoint x="352" y="849" />
            </Array>
          </mxGeometry>
        </mxCell>
      </root>
    </mxGraphModel>
  </diagram>
</mxfile>
